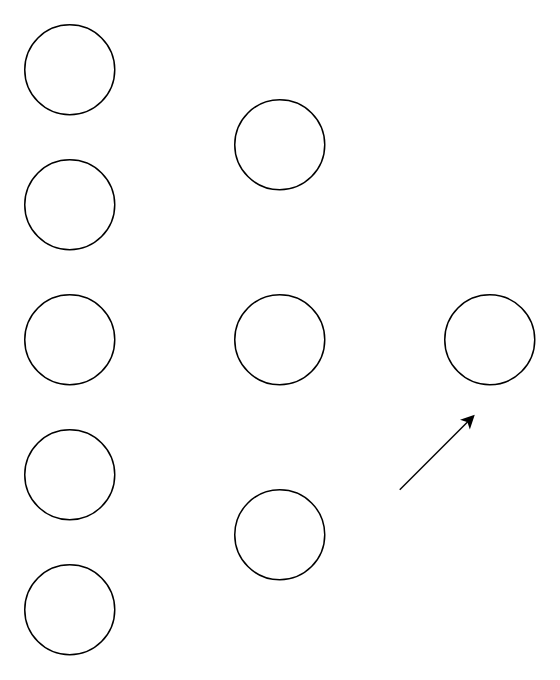
Dimpleney/myGit1 keeps this draw.io diagram as MLP.drawio. Above is the earlier version. Source tidied: cells renumbered, new cells numbered last; positions are measured from the earlier drawing's top-left corner, leaving out a move shared by most shapes. Both pictures are drawn from the tidied source at 150%, with x=0, y=0 at pixel (24, 24).
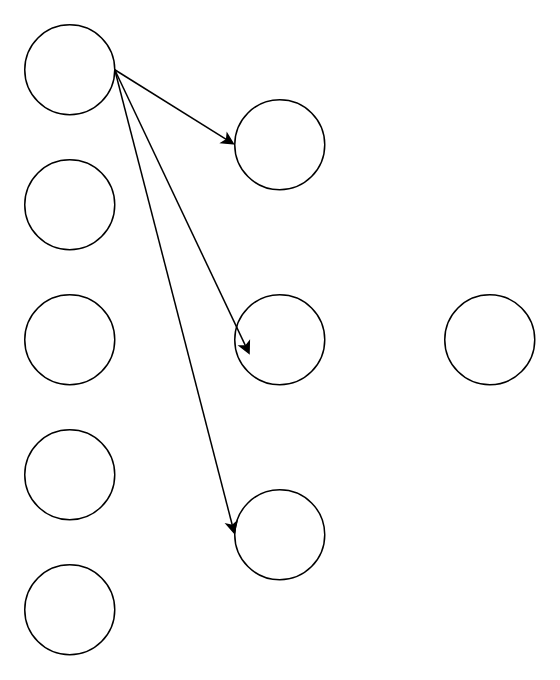
The same page after the edit.

The edit, as a diff of the source:
```diff
@@
 <mxGraphModel>
   <root>
     <mxCell id="0" />
     <mxCell id="1" parent="0" />
     <mxCell id="2" style="ellipse;whiteSpace=wrap;html=1;" parent="1" vertex="1">
       <mxGeometry width="60" height="60" as="geometry" />
     </mxCell>
     <mxCell id="3" style="ellipse;whiteSpace=wrap;html=1;" parent="1" vertex="1">
       <mxGeometry y="90" width="60" height="60" as="geometry" />
     </mxCell>
     <mxCell id="4" style="ellipse;whiteSpace=wrap;html=1;" parent="1" vertex="1">
       <mxGeometry y="180" width="60" height="60" as="geometry" />
     </mxCell>
     <mxCell id="5" style="ellipse;whiteSpace=wrap;html=1;" parent="1" vertex="1">
       <mxGeometry y="270" width="60" height="60" as="geometry" />
     </mxCell>
     <mxCell id="6" style="ellipse;whiteSpace=wrap;html=1;" parent="1" vertex="1">
       <mxGeometry y="360" width="60" height="60" as="geometry" />
     </mxCell>
     <mxCell id="7" style="ellipse;whiteSpace=wrap;html=1;" parent="1" vertex="1">
       <mxGeometry x="140" y="50" width="60" height="60" as="geometry" />
     </mxCell>
     <mxCell id="8" style="ellipse;whiteSpace=wrap;html=1;" parent="1" vertex="1">
       <mxGeometry x="140" y="180" width="60" height="60" as="geometry" />
     </mxCell>
     <mxCell id="9" style="ellipse;whiteSpace=wrap;html=1;" parent="1" vertex="1">
       <mxGeometry x="140" y="310" width="60" height="60" as="geometry" />
     </mxCell>
     <mxCell id="10" style="ellipse;whiteSpace=wrap;html=1;" parent="1" vertex="1">
       <mxGeometry x="280" y="180" width="60" height="60" as="geometry" />
     </mxCell>
-    <mxCell id="11" style="endArrow=classic;html=1;rounded=0;" parent="1" edge="1">
-      <mxGeometry relative="1" as="geometry">
-        <mxPoint x="250" y="310" as="sourcePoint" />
-        <mxPoint x="300" y="260" as="targetPoint" />
-      </mxGeometry>
+    <mxCell id="11" style="endArrow=classic;html=1;rounded=0;exitX=1;exitY=0.5;exitDx=0;exitDy=0;entryX=0;entryY=0.5;entryDx=0;entryDy=0;" parent="1" edge="1" source="2" target="7">
+      <mxGeometry relative="1" as="geometry" />
     </mxCell>
+    <mxCell id="12" style="endArrow=classic;html=1;rounded=0;exitX=1;exitY=0.5;exitDx=0;exitDy=0;entryX=0;entryY=0.5;entryDx=0;entryDy=0;" parent="1" edge="1" target="9">
+      <mxGeometry relative="1" as="geometry">
+        <mxPoint x="60" y="30" as="sourcePoint" />
+      </mxGeometry>
+    </mxCell>
+    <mxCell id="13" style="endArrow=classic;html=1;rounded=0;entryX=0;entryY=0.5;entryDx=0;entryDy=0;" parent="1" edge="1">
+      <mxGeometry relative="1" as="geometry">
+        <mxPoint x="60" y="30" as="sourcePoint" />
+        <mxPoint x="150" y="220" as="targetPoint" />
+      </mxGeometry>
+    </mxCell>
   </root>
 </mxGraphModel>
```
